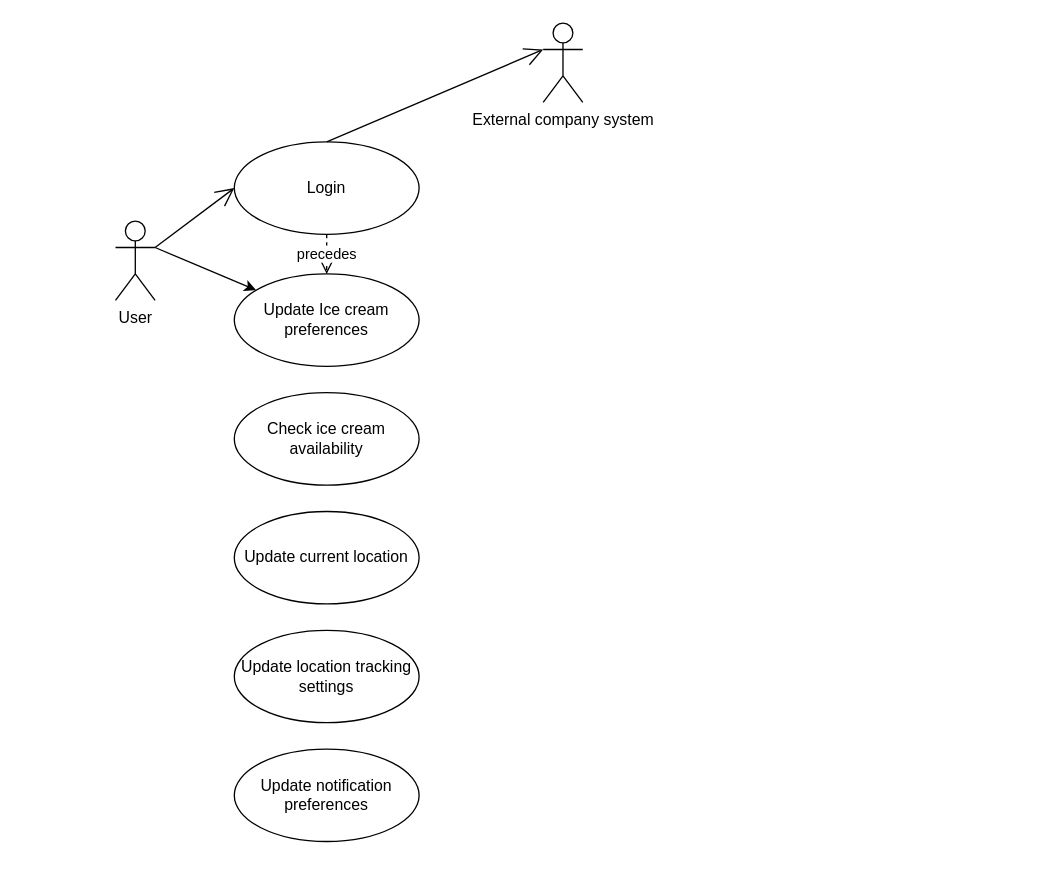
DimitarKV/ICMS keeps this draw.io diagram as UCD.drawio. Above is the earlier version. Source tidied: cells renumbered, new cells numbered last; positions are measured from the earlier drawing's top-left corner, leaving out a move shared by most shapes. Both pictures are drawn from the tidied source at 132%, with x=0, y=0 at pixel (115, 22).
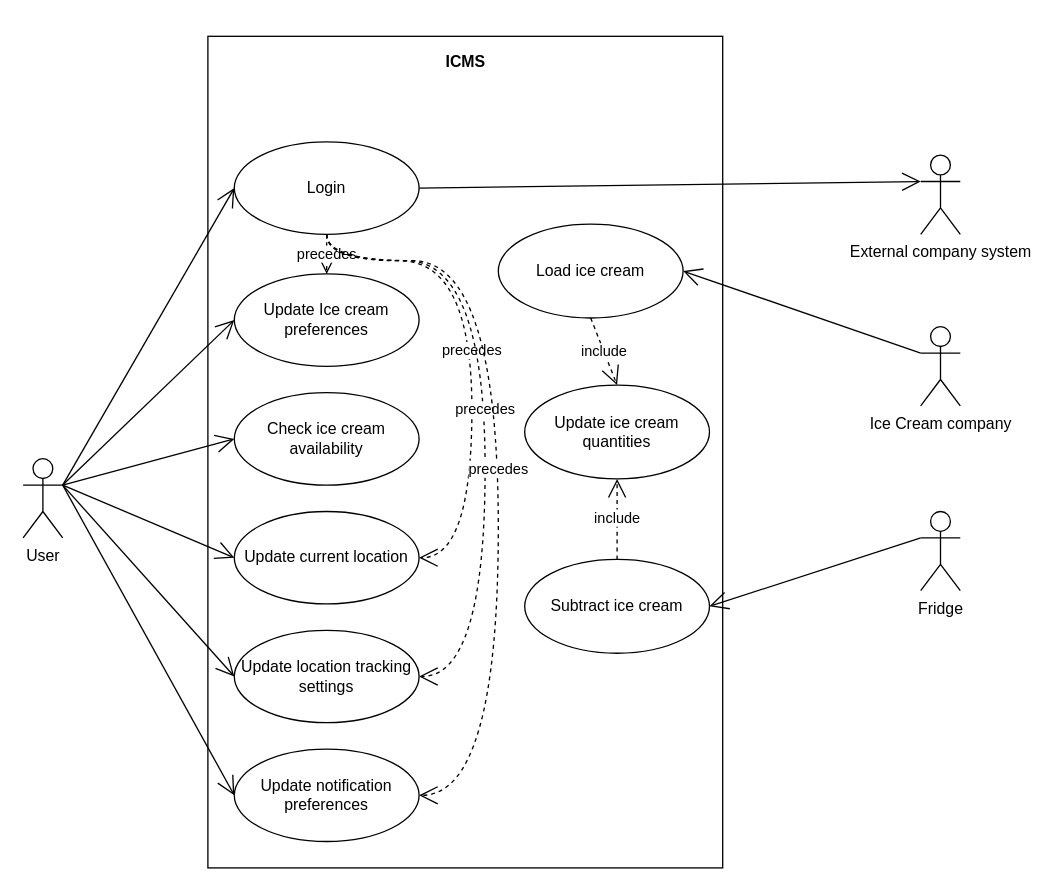
After the change.

The change refers to these unchanged cells:
```xml
<mxCell id="2" value="Login" style="ellipse;whiteSpace=wrap;html=1;" parent="1" vertex="1">
  <mxGeometry x="90" y="90" width="140" height="70" as="geometry" />
</mxCell>
<mxCell id="8" value="Update Ice cream preferences" style="ellipse;whiteSpace=wrap;html=1;" parent="1" vertex="1">
  <mxGeometry x="90" y="190" width="140" height="70" as="geometry" />
</mxCell>
<mxCell id="10" value="Check ice cream availability" style="ellipse;whiteSpace=wrap;html=1;" parent="1" vertex="1">
  <mxGeometry x="90" y="280" width="140" height="70" as="geometry" />
</mxCell>
<mxCell id="11" value="Update current location" style="ellipse;whiteSpace=wrap;html=1;" parent="1" vertex="1">
  <mxGeometry x="90" y="370" width="140" height="70" as="geometry" />
</mxCell>
<mxCell id="12" value="Update location tracking settings" style="ellipse;whiteSpace=wrap;html=1;" parent="1" vertex="1">
  <mxGeometry x="90" y="460" width="140" height="70" as="geometry" />
</mxCell>
<mxCell id="13" value="Update notification preferences" style="ellipse;whiteSpace=wrap;html=1;" parent="1" vertex="1">
  <mxGeometry x="90" y="550" width="140" height="70" as="geometry" />
</mxCell>
```

What changed in the source:
```diff
@@
+    <mxCell id="14" style="group;" parent="1" vertex="1">
+      <mxGeometry x="70" y="10" width="390" height="630" as="geometry" />
+    </mxCell>
+    <mxCell id="15" style="html=1;whiteSpace=wrap;" parent="14" vertex="1">
+      <mxGeometry width="390" height="630" as="geometry" />
+    </mxCell>
+    <mxCell id="16" value="ICMS" style="text;align=center;fontStyle=1;verticalAlign=middle;spacingLeft=3;spacingRight=3;strokeColor=none;html=1;" parent="14" vertex="1">
+      <mxGeometry x="112.9" y="7.1" width="164.2" height="26.4" as="geometry" />
+    </mxCell>
+    <mxCell id="17" value="Load ice cream" style="ellipse;whiteSpace=wrap;html=1;" parent="14" vertex="1">
+      <mxGeometry x="220" y="142.3" width="140" height="71.1" as="geometry" />
+    </mxCell>
+    <mxCell id="18" value="Update ice cream quantities" style="ellipse;whiteSpace=wrap;html=1;" parent="14" vertex="1">
+      <mxGeometry x="240" y="264.2" width="140" height="71.1" as="geometry" />
+    </mxCell>
+    <mxCell id="19" value="include" style="endArrow=open;endSize=12;dashed=1;html=1;rounded=0;exitX=0.5;exitY=1;exitDx=0;exitDy=0;entryX=0.5;entryY=0;entryDx=0;entryDy=0;" parent="14" edge="1" source="17" target="18">
+      <mxGeometry relative="1" as="geometry" />
+    </mxCell>
+    <mxCell id="20" value="Subtract ice cream" style="ellipse;whiteSpace=wrap;html=1;" parent="14" vertex="1">
+      <mxGeometry x="240" y="396.3" width="140" height="71.1" as="geometry" />
+    </mxCell>
+    <mxCell id="21" value="include" style="endArrow=open;endSize=12;dashed=1;html=1;rounded=0;exitX=0.5;exitY=0;exitDx=0;exitDy=0;entryX=0.5;entryY=1;entryDx=0;entryDy=0;" parent="14" edge="1" source="20" target="18">
+      <mxGeometry relative="1" as="geometry" />
+    </mxCell>
@@
-    <mxCell id="3" style="rounded=0;jettySize=auto;html=1;exitX=1;exitY=0.3333333333333333;exitDx=0;exitDy=0;exitPerimeter=0;" parent="1" edge="1" source="4" target="8">
-      <mxGeometry relative="1" as="geometry" />
-    </mxCell>
     <mxCell id="4" value="User" style="shape=umlActor;verticalLabelPosition=bottom;verticalAlign=top;html=1;" parent="1" vertex="1">
-      <mxGeometry y="150" width="30" height="60" as="geometry" />
+      <mxGeometry x="-70" y="330" width="30" height="60" as="geometry" />
     </mxCell>
     <mxCell id="5" value="External company system" style="shape=umlActor;verticalLabelPosition=bottom;verticalAlign=top;html=1;" parent="1" vertex="1">
-      <mxGeometry x="324" width="30" height="60" as="geometry" />
+      <mxGeometry x="610" y="100" width="30" height="60" as="geometry" />
     </mxCell>
@@
-    <mxCell id="7" style="endArrow=open;endFill=1;endSize=12;html=1;rounded=0;exitX=0.5;exitY=0;exitDx=0;exitDy=0;entryX=0;entryY=0.3333333333333333;entryDx=0;entryDy=0;entryPerimeter=0;" parent="1" edge="1" source="2" target="5">
+    <mxCell id="7" style="endArrow=open;endFill=1;endSize=12;html=1;rounded=0;exitX=1;exitY=0.5;exitDx=0;exitDy=0;entryX=0;entryY=0.3333333333333333;entryDx=0;entryDy=0;entryPerimeter=0;" parent="1" edge="1" source="2" target="5">
       <mxGeometry relative="1" as="geometry" />
     </mxCell>
@@
+    <mxCell id="22" style="endArrow=open;endFill=1;endSize=12;html=1;rounded=0;exitX=1;exitY=0.3333333333333333;exitDx=0;exitDy=0;exitPerimeter=0;entryX=0;entryY=0.5;entryDx=0;entryDy=0;" parent="1" edge="1" source="4" target="10">
+      <mxGeometry relative="1" as="geometry" />
+    </mxCell>
+    <mxCell id="3" style="endArrow=open;endFill=1;endSize=12;html=1;rounded=0;exitX=1;exitY=0.3333333333333333;exitDx=0;exitDy=0;exitPerimeter=0;entryX=0;entryY=0.5;entryDx=0;entryDy=0;" parent="1" edge="1" source="4" target="8">
+      <mxGeometry relative="1" as="geometry" />
+    </mxCell>
+    <mxCell id="23" style="endArrow=open;endFill=1;endSize=12;html=1;rounded=0;exitX=1;exitY=0.3333333333333333;exitDx=0;exitDy=0;exitPerimeter=0;entryX=0;entryY=0.5;entryDx=0;entryDy=0;" parent="1" edge="1" source="4" target="11">
+      <mxGeometry relative="1" as="geometry" />
+    </mxCell>
+    <mxCell id="24" style="endArrow=open;endFill=1;endSize=12;html=1;rounded=0;exitX=1;exitY=0.3333333333333333;exitDx=0;exitDy=0;exitPerimeter=0;entryX=0;entryY=0.5;entryDx=0;entryDy=0;" parent="1" edge="1" source="4" target="12">
+      <mxGeometry relative="1" as="geometry" />
+    </mxCell>
+    <mxCell id="25" style="endArrow=open;endFill=1;endSize=12;html=1;rounded=0;exitX=1;exitY=0.3333333333333333;exitDx=0;exitDy=0;exitPerimeter=0;entryX=0;entryY=0.5;entryDx=0;entryDy=0;" parent="1" edge="1" source="4" target="13">
+      <mxGeometry relative="1" as="geometry" />
+    </mxCell>
+    <mxCell id="26" value="precedes" style="endArrow=open;endSize=12;dashed=1;html=1;rounded=0;exitX=0.5;exitY=1;exitDx=0;exitDy=0;entryX=1;entryY=0.5;entryDx=0;entryDy=0;edgeStyle=orthogonalEdgeStyle;curved=1;" parent="1" edge="1" source="2" target="11">
+      <mxGeometry relative="1" as="geometry">
+        <Array as="points">
+          <mxPoint x="160" y="180" />
+          <mxPoint x="270" y="180" />
+          <mxPoint x="270" y="405" />
+        </Array>
+      </mxGeometry>
+    </mxCell>
+    <mxCell id="27" value="precedes" style="endArrow=open;endSize=12;dashed=1;html=1;rounded=0;exitX=0.5;exitY=1;exitDx=0;exitDy=0;entryX=1;entryY=0.5;entryDx=0;entryDy=0;edgeStyle=orthogonalEdgeStyle;curved=1;" parent="1" edge="1" source="2" target="12">
+      <mxGeometry relative="1" as="geometry">
+        <Array as="points">
+          <mxPoint x="160" y="180" />
+          <mxPoint x="280" y="180" />
+          <mxPoint x="280" y="495" />
+        </Array>
+      </mxGeometry>
+    </mxCell>
+    <mxCell id="28" value="precedes" style="endArrow=open;endSize=12;dashed=1;html=1;rounded=0;exitX=0.5;exitY=1;exitDx=0;exitDy=0;entryX=1;entryY=0.5;entryDx=0;entryDy=0;edgeStyle=orthogonalEdgeStyle;curved=1;" parent="1" edge="1" source="2" target="13">
+      <mxGeometry relative="1" as="geometry">
+        <Array as="points">
+          <mxPoint x="160" y="180" />
+          <mxPoint x="290" y="180" />
+          <mxPoint x="290" y="585" />
+        </Array>
+      </mxGeometry>
+    </mxCell>
+    <mxCell id="29" value="Ice Cream company" style="shape=umlActor;verticalLabelPosition=bottom;verticalAlign=top;html=1;" parent="1" vertex="1">
+      <mxGeometry x="610" y="230" width="30" height="60" as="geometry" />
+    </mxCell>
+    <mxCell id="30" style="endArrow=open;endFill=1;endSize=12;html=1;rounded=0;exitX=0;exitY=0.3333333333333333;exitDx=0;exitDy=0;exitPerimeter=0;entryX=1;entryY=0.5;entryDx=0;entryDy=0;" parent="1" edge="1" source="29" target="17">
+      <mxGeometry relative="1" as="geometry" />
+    </mxCell>
+    <mxCell id="31" value="Fridge" style="shape=umlActor;verticalLabelPosition=bottom;verticalAlign=top;html=1;" parent="1" vertex="1">
+      <mxGeometry x="610" y="370" width="30" height="60" as="geometry" />
+    </mxCell>
+    <mxCell id="32" style="endArrow=open;endFill=1;endSize=12;html=1;rounded=0;exitX=0;exitY=0.3333333333333333;exitDx=0;exitDy=0;exitPerimeter=0;entryX=1;entryY=0.5;entryDx=0;entryDy=0;" parent="1" edge="1" source="31" target="20">
+      <mxGeometry relative="1" as="geometry" />
+    </mxCell>
```
